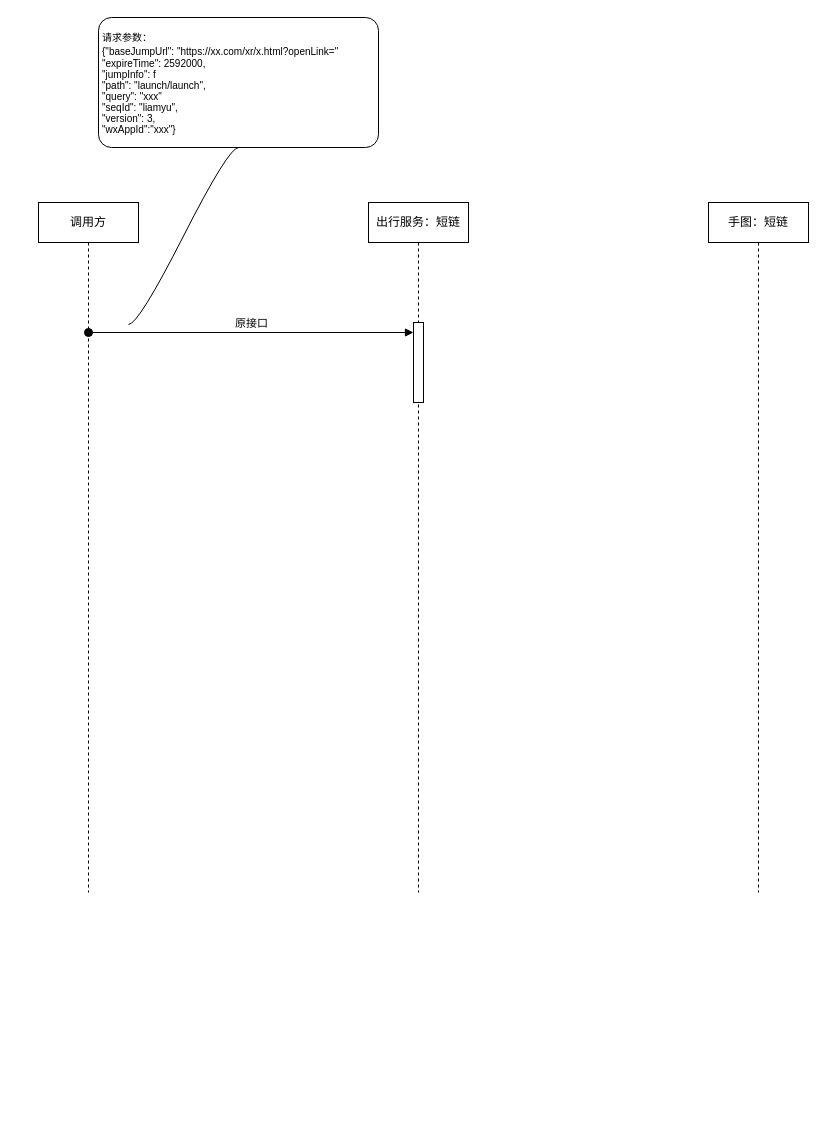
wangziji/graphics keeps this draw.io diagram as 微信短链.drawio. Above is the earlier version. Source tidied: cells renumbered, new cells numbered last; positions are measured from the earlier drawing's top-left corner, leaving out a move shared by most shapes. Both pictures are drawn from the tidied source at 100%, with x=0, y=0 at pixel (38, 17).
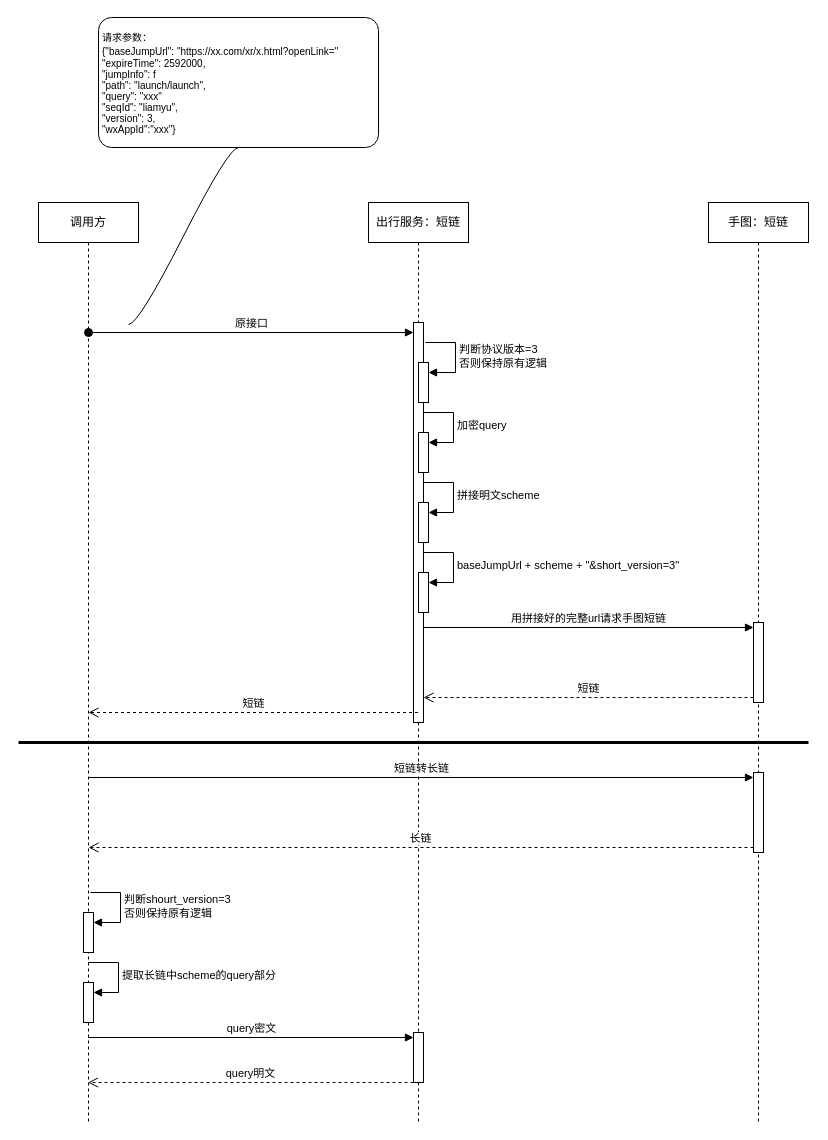
The same diagram, later.

Commit message:
更新微信短链.drawio

What changed in the source:
```diff
@@
     <mxCell id="2" value="调用方" style="shape=umlLifeline;perimeter=lifelinePerimeter;whiteSpace=wrap;html=1;outlineConnect=0;portConstraint=eastwest;newEdgeStyle={&quot;edgeStyle&quot;:&quot;elbowEdgeStyle&quot;,&quot;elbow&quot;:&quot;vertical&quot;,&quot;curved&quot;:0,&quot;rounded&quot;:0};" parent="1" vertex="1">
-      <mxGeometry y="185" width="100" height="690" as="geometry" />
+      <mxGeometry y="185" width="100" height="920" as="geometry" />
     </mxCell>
+    <mxCell id="9" style="html=1;points=[[0,0,0,0,5],[0,1,0,0,-5],[1,0,0,0,5],[1,1,0,0,-5]];perimeter=orthogonalPerimeter;outlineConnect=0;targetShapes=umlLifeline;portConstraint=eastwest;newEdgeStyle={&quot;curved&quot;:0,&quot;rounded&quot;:0};" parent="2" vertex="1">
+      <mxGeometry x="45" y="710" width="10" height="40" as="geometry" />
+    </mxCell>
+    <mxCell id="10" value="判断shourt_version=3&lt;div&gt;否则保持原有逻辑&lt;/div&gt;" style="html=1;align=left;spacingLeft=2;endArrow=block;rounded=0;edgeStyle=orthogonalEdgeStyle;curved=0;rounded=0;" parent="2" edge="1" target="9">
+      <mxGeometry relative="1" as="geometry">
+        <mxPoint x="52" y="690" as="sourcePoint" />
+        <Array as="points">
+          <mxPoint x="82" y="720" />
+        </Array>
+      </mxGeometry>
+    </mxCell>
+    <mxCell id="11" style="html=1;points=[[0,0,0,0,5],[0,1,0,0,-5],[1,0,0,0,5],[1,1,0,0,-5]];perimeter=orthogonalPerimeter;outlineConnect=0;targetShapes=umlLifeline;portConstraint=eastwest;newEdgeStyle={&quot;curved&quot;:0,&quot;rounded&quot;:0};" parent="2" vertex="1">
+      <mxGeometry x="45" y="780" width="10" height="40" as="geometry" />
+    </mxCell>
+    <mxCell id="12" value="提取长链中scheme的query部分" style="html=1;align=left;spacingLeft=2;endArrow=block;rounded=0;edgeStyle=orthogonalEdgeStyle;curved=0;rounded=0;" parent="2" edge="1" target="11">
+      <mxGeometry relative="1" as="geometry">
+        <mxPoint x="50" y="760" as="sourcePoint" />
+        <Array as="points">
+          <mxPoint x="80" y="790" />
+        </Array>
+      </mxGeometry>
+    </mxCell>
     <mxCell id="3" value="出行服务：短链" style="shape=umlLifeline;perimeter=lifelinePerimeter;whiteSpace=wrap;html=1;outlineConnect=0;portConstraint=eastwest;newEdgeStyle={&quot;edgeStyle&quot;:&quot;elbowEdgeStyle&quot;,&quot;elbow&quot;:&quot;vertical&quot;,&quot;curved&quot;:0,&quot;rounded&quot;:0};" parent="1" vertex="1">
-      <mxGeometry x="330" y="185" width="100" height="690" as="geometry" />
+      <mxGeometry x="330" y="185" width="100" height="920" as="geometry" />
     </mxCell>
     <mxCell id="4" style="html=1;points=[];perimeter=orthogonalPerimeter;outlineConnect=0;targetShapes=umlLifeline;portConstraint=eastwest;newEdgeStyle={&quot;edgeStyle&quot;:&quot;elbowEdgeStyle&quot;,&quot;elbow&quot;:&quot;vertical&quot;,&quot;curved&quot;:0,&quot;rounded&quot;:0};" parent="3" vertex="1">
-      <mxGeometry x="45" y="120" width="10" height="80" as="geometry" />
+      <mxGeometry x="45" y="120" width="10" height="400" as="geometry" />
     </mxCell>
+    <mxCell id="13" style="html=1;points=[[0,0,0,0,5],[0,1,0,0,-5],[1,0,0,0,5],[1,1,0,0,-5]];perimeter=orthogonalPerimeter;outlineConnect=0;targetShapes=umlLifeline;portConstraint=eastwest;newEdgeStyle={&quot;curved&quot;:0,&quot;rounded&quot;:0};" parent="3" vertex="1">
+      <mxGeometry x="50" y="160" width="10" height="40" as="geometry" />
+    </mxCell>
+    <mxCell id="14" value="判断协议版本=3&lt;div&gt;否则保持原有逻辑&lt;/div&gt;" style="html=1;align=left;spacingLeft=2;endArrow=block;rounded=0;edgeStyle=orthogonalEdgeStyle;curved=0;rounded=0;" parent="3" edge="1" target="13">
+      <mxGeometry relative="1" as="geometry">
+        <mxPoint x="57" y="140" as="sourcePoint" />
+        <Array as="points">
+          <mxPoint x="87" y="170" />
+        </Array>
+      </mxGeometry>
+    </mxCell>
+    <mxCell id="15" style="html=1;points=[[0,0,0,0,5],[0,1,0,0,-5],[1,0,0,0,5],[1,1,0,0,-5]];perimeter=orthogonalPerimeter;outlineConnect=0;targetShapes=umlLifeline;portConstraint=eastwest;newEdgeStyle={&quot;curved&quot;:0,&quot;rounded&quot;:0};" parent="3" vertex="1">
+      <mxGeometry x="50" y="230" width="10" height="40" as="geometry" />
+    </mxCell>
+    <mxCell id="16" value="加密query" style="html=1;align=left;spacingLeft=2;endArrow=block;rounded=0;edgeStyle=orthogonalEdgeStyle;curved=0;rounded=0;" parent="3" edge="1" target="15">
+      <mxGeometry relative="1" as="geometry">
+        <mxPoint x="55" y="210" as="sourcePoint" />
+        <Array as="points">
+          <mxPoint x="85" y="240" />
+        </Array>
+      </mxGeometry>
+    </mxCell>
+    <mxCell id="17" style="html=1;points=[[0,0,0,0,5],[0,1,0,0,-5],[1,0,0,0,5],[1,1,0,0,-5]];perimeter=orthogonalPerimeter;outlineConnect=0;targetShapes=umlLifeline;portConstraint=eastwest;newEdgeStyle={&quot;curved&quot;:0,&quot;rounded&quot;:0};" parent="3" vertex="1">
+      <mxGeometry x="50" y="300" width="10" height="40" as="geometry" />
+    </mxCell>
+    <mxCell id="18" value="拼接明文scheme" style="html=1;align=left;spacingLeft=2;endArrow=block;rounded=0;edgeStyle=orthogonalEdgeStyle;curved=0;rounded=0;" parent="3" edge="1" target="17">
+      <mxGeometry relative="1" as="geometry">
+        <mxPoint x="55" y="280" as="sourcePoint" />
+        <Array as="points">
+          <mxPoint x="85" y="310" />
+        </Array>
+      </mxGeometry>
+    </mxCell>
+    <mxCell id="19" style="html=1;points=[[0,0,0,0,5],[0,1,0,0,-5],[1,0,0,0,5],[1,1,0,0,-5]];perimeter=orthogonalPerimeter;outlineConnect=0;targetShapes=umlLifeline;portConstraint=eastwest;newEdgeStyle={&quot;curved&quot;:0,&quot;rounded&quot;:0};" parent="3" vertex="1">
+      <mxGeometry x="50" y="370" width="10" height="40" as="geometry" />
+    </mxCell>
+    <mxCell id="20" value="baseJumpUrl + scheme + &quot;&amp;amp;short_version=3&quot;" style="html=1;align=left;spacingLeft=2;endArrow=block;rounded=0;edgeStyle=orthogonalEdgeStyle;curved=0;rounded=0;" parent="3" edge="1" target="19">
+      <mxGeometry relative="1" as="geometry">
+        <mxPoint x="55" y="350" as="sourcePoint" />
+        <Array as="points">
+          <mxPoint x="85" y="380" />
+        </Array>
+      </mxGeometry>
+    </mxCell>
+    <mxCell id="21" style="html=1;points=[[0,0,0,0,5],[0,1,0,0,-5],[1,0,0,0,5],[1,1,0,0,-5]];perimeter=orthogonalPerimeter;outlineConnect=0;targetShapes=umlLifeline;portConstraint=eastwest;newEdgeStyle={&quot;curved&quot;:0,&quot;rounded&quot;:0};" parent="3" vertex="1">
+      <mxGeometry x="45" y="830" width="10" height="50" as="geometry" />
+    </mxCell>
     <mxCell id="5" value="手图：短链" style="shape=umlLifeline;perimeter=lifelinePerimeter;whiteSpace=wrap;html=1;newEdgeStyle={&quot;edgeStyle&quot;:&quot;elbowEdgeStyle&quot;,&quot;elbow&quot;:&quot;vertical&quot;,&quot;curved&quot;:0,&quot;rounded&quot;:0};" parent="1" vertex="1">
-      <mxGeometry x="670" y="185" width="100" height="690" as="geometry" />
+      <mxGeometry x="670" y="185" width="100" height="920" as="geometry" />
     </mxCell>
+    <mxCell id="22" style="html=1;points=[[0,0,0,0,5],[0,1,0,0,-5],[1,0,0,0,5],[1,1,0,0,-5]];perimeter=orthogonalPerimeter;outlineConnect=0;targetShapes=umlLifeline;portConstraint=eastwest;newEdgeStyle={&quot;curved&quot;:0,&quot;rounded&quot;:0};" parent="5" vertex="1">
+      <mxGeometry x="45" y="420" width="10" height="80" as="geometry" />
+    </mxCell>
+    <mxCell id="23" style="html=1;points=[[0,0,0,0,5],[0,1,0,0,-5],[1,0,0,0,5],[1,1,0,0,-5]];perimeter=orthogonalPerimeter;outlineConnect=0;targetShapes=umlLifeline;portConstraint=eastwest;newEdgeStyle={&quot;curved&quot;:0,&quot;rounded&quot;:0};" parent="5" vertex="1">
+      <mxGeometry x="45" y="570" width="10" height="80" as="geometry" />
+    </mxCell>
@@
+    <mxCell id="24" value="用拼接好的完整url请求手图短链" style="html=1;verticalAlign=bottom;endArrow=block;curved=0;rounded=0;entryX=0;entryY=0;entryDx=0;entryDy=5;" parent="1" edge="1" source="4" target="22">
+      <mxGeometry relative="1" as="geometry" />
+    </mxCell>
+    <mxCell id="25" value="短链" style="html=1;verticalAlign=bottom;endArrow=open;dashed=1;endSize=8;curved=0;rounded=0;exitX=0;exitY=1;exitDx=0;exitDy=-5;" parent="1" edge="1" source="22" target="4">
+      <mxGeometry relative="1" as="geometry" />
+    </mxCell>
+    <mxCell id="26" value="短链" style="html=1;verticalAlign=bottom;endArrow=open;dashed=1;endSize=8;curved=0;rounded=0;" parent="1" edge="1" source="3">
+      <mxGeometry relative="1" as="geometry">
+        <mxPoint x="50" y="695" as="targetPoint" />
+      </mxGeometry>
+    </mxCell>
+    <mxCell id="27" value="短链转长链" style="html=1;verticalAlign=bottom;endArrow=block;curved=0;rounded=0;entryX=0;entryY=0;entryDx=0;entryDy=5;" parent="1" edge="1" target="23">
+      <mxGeometry relative="1" as="geometry">
+        <mxPoint x="50" y="760" as="sourcePoint" />
+      </mxGeometry>
+    </mxCell>
+    <mxCell id="28" value="长链" style="html=1;verticalAlign=bottom;endArrow=open;dashed=1;endSize=8;curved=0;rounded=0;exitX=0;exitY=1;exitDx=0;exitDy=-5;" parent="1" edge="1" source="23">
+      <mxGeometry relative="1" as="geometry">
+        <mxPoint x="50" y="830" as="targetPoint" />
+      </mxGeometry>
+    </mxCell>
+    <mxCell id="29" value="query密文" style="html=1;verticalAlign=bottom;endArrow=block;curved=0;rounded=0;entryX=0;entryY=0;entryDx=0;entryDy=5;" parent="1" edge="1" target="21">
+      <mxGeometry relative="1" as="geometry">
+        <mxPoint x="50" y="1020" as="sourcePoint" />
+      </mxGeometry>
+    </mxCell>
+    <mxCell id="30" value="query明文" style="html=1;verticalAlign=bottom;endArrow=open;dashed=1;endSize=8;curved=0;rounded=0;" parent="1" edge="1" source="21" target="2">
+      <mxGeometry relative="1" as="geometry">
+        <Array as="points">
+          <mxPoint x="90" y="1065" />
+        </Array>
+      </mxGeometry>
+    </mxCell>
+    <mxCell id="31" style="endArrow=none;html=1;rounded=0;strokeWidth=3;" parent="1" edge="1">
+      <mxGeometry relative="1" as="geometry">
+        <mxPoint x="-20" y="725" as="sourcePoint" />
+        <mxPoint x="770" y="725" as="targetPoint" />
+      </mxGeometry>
+    </mxCell>
```
